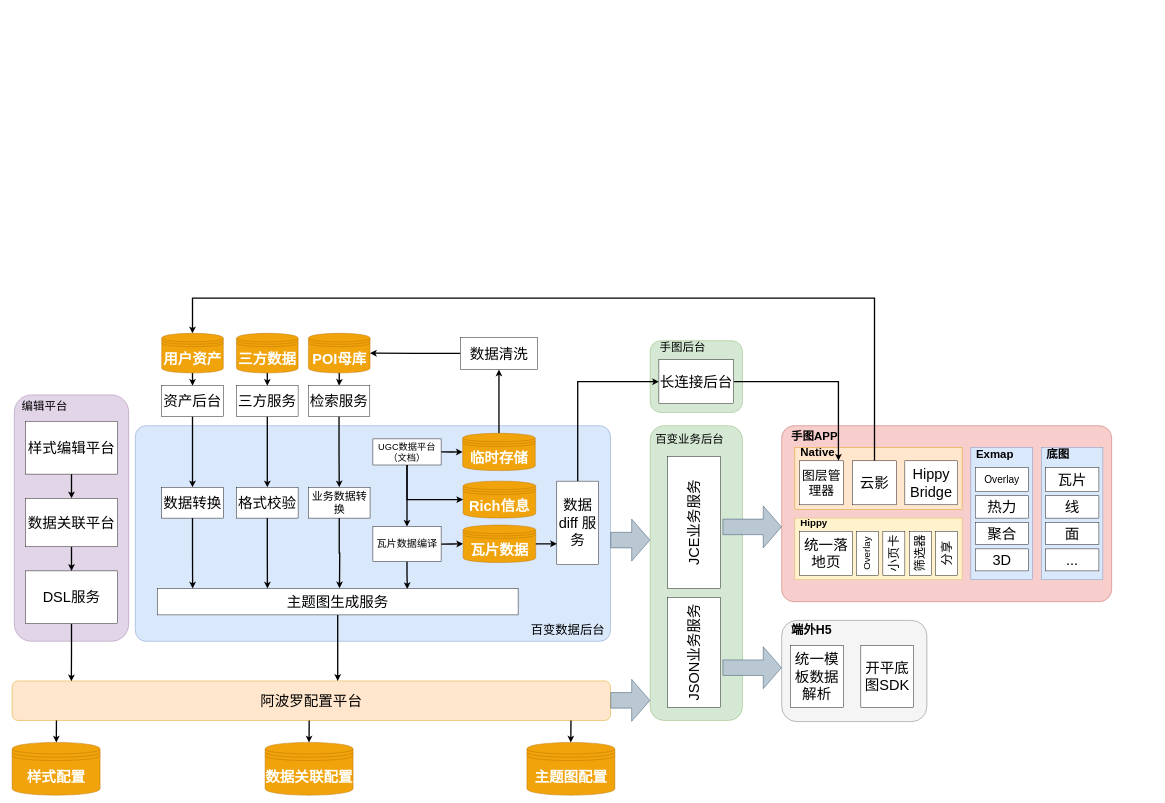
This is page "第 5 页" (5 of 5) of extrodianry-map.drawio from wangziji/graphics, a draw.io file, before an edit. Source tidied: cells renumbered, new cells numbered last; positions are measured from the earlier drawing's top-left corner, leaving out a move shared by most shapes. Both pictures are drawn from the tidied source at 44%, with x=0, y=0 at pixel (12, 298).
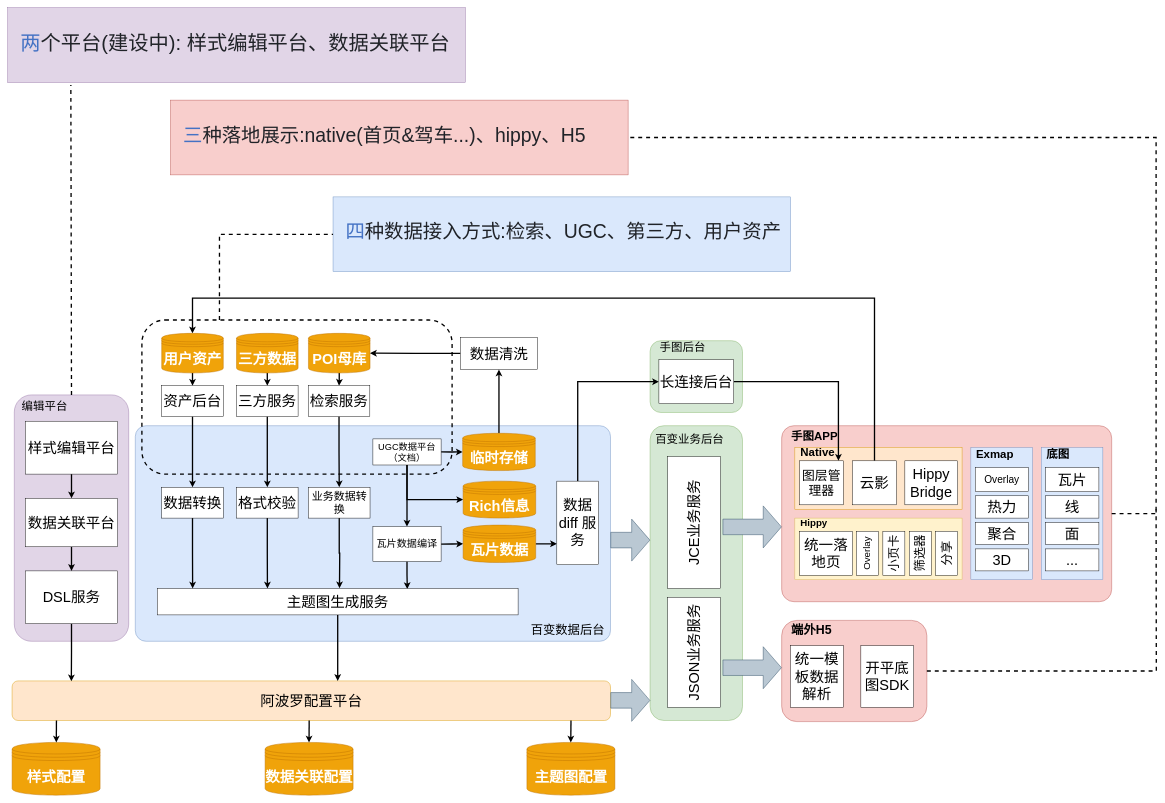
After the change.

Unchanged cells that the change refers to:
```xml
<mxCell id="36" style="rounded=1;whiteSpace=wrap;html=1;fontFamily=腾讯体 W7;fontSize=33;arcSize=7;fillStyle=solid;fillColor=#f8cecc;strokeColor=#b85450;" parent="1" vertex="1">
  <mxGeometry x="1749" y="290" width="750" height="400" as="geometry" />
</mxCell>
<mxCell id="41" style="rounded=1;whiteSpace=wrap;html=1;fillColor=#e1d5e7;strokeColor=#9673a6;fontFamily=腾讯体 W7;fontSize=33;" parent="1" vertex="1">
  <mxGeometry x="5" y="220" width="260" height="560" as="geometry" />
</mxCell>
```

The edit, as a diff of the source:
```diff
@@
-    <mxCell id="79" style="rounded=1;whiteSpace=wrap;html=1;glass=0;sketch=0;fillStyle=solid;fontSize=33;fillColor=#f5f5f5;strokeColor=#666666;fontColor=#333333;fontFamily=腾讯体 W7;" parent="1" vertex="1">
+    <mxCell id="79" style="rounded=1;whiteSpace=wrap;html=1;glass=0;sketch=0;fillStyle=solid;fontSize=33;fillColor=#f8cecc;strokeColor=#b85450;fontFamily=腾讯体 W7;" parent="1" vertex="1">
       <mxGeometry x="1749" y="732.5" width="330" height="230" as="geometry" />
     </mxCell>
@@
+    <mxCell id="98" style="endArrow=none;dashed=1;html=1;rounded=0;fontFamily=腾讯体;fontSize=43;entryX=0.138;entryY=1.035;entryDx=0;entryDy=0;entryPerimeter=0;exitX=0.5;exitY=0;exitDx=0;exitDy=0;strokeWidth=3;" parent="1" edge="1" source="41" target="102">
+      <mxGeometry relative="1" as="geometry" />
+    </mxCell>
+    <mxCell id="99" style="endArrow=none;dashed=1;html=1;rounded=0;fontFamily=腾讯体;fontSize=43;entryX=1;entryY=0.5;entryDx=0;entryDy=0;exitX=1;exitY=0.5;exitDx=0;exitDy=0;strokeWidth=3;edgeStyle=orthogonalEdgeStyle;" parent="1" edge="1" source="36" target="105">
+      <mxGeometry relative="1" as="geometry">
+        <Array as="points">
+          <mxPoint x="2600" y="490" />
+          <mxPoint x="2600" y="-365" />
+        </Array>
+      </mxGeometry>
+    </mxCell>
+    <mxCell id="100" style="endArrow=none;dashed=1;html=1;rounded=0;fontFamily=腾讯体;fontSize=43;entryX=0.138;entryY=1.035;entryDx=0;entryDy=0;entryPerimeter=0;exitX=1;exitY=0.5;exitDx=0;exitDy=0;strokeWidth=3;edgeStyle=orthogonalEdgeStyle;" parent="1" edge="1" source="79">
+      <mxGeometry relative="1" as="geometry">
+        <mxPoint x="2600" y="479.8" as="targetPoint" />
+      </mxGeometry>
+    </mxCell>
+    <mxCell id="101" style="group;" parent="1" vertex="1">
+      <mxGeometry x="-10" y="-660" width="1040" height="170" as="geometry" />
+    </mxCell>
+    <mxCell id="102" style="rounded=0;whiteSpace=wrap;html=1;fontFamily=腾讯体;fontSize=43;fillColor=#e1d5e7;strokeColor=#9673a6;" parent="101" vertex="1">
+      <mxGeometry width="1040" height="170" as="geometry" />
+    </mxCell>
+    <mxCell id="103" value="&lt;font style=&quot;font-size: 46px;&quot;&gt;&lt;span style=&quot;background-color: initial; font-family: TencentSansW7; color: rgb(68, 114, 196);&quot;&gt;两&lt;/span&gt;&lt;span style=&quot;background-color: initial; font-family: TencentSansW3; color: rgb(32, 35, 40);&quot;&gt;个&lt;/span&gt;&lt;span style=&quot;background-color: initial; font-family: TencentSansW3; color: rgb(32, 35, 40);&quot;&gt;平台(&lt;/span&gt;&lt;span style=&quot;background-color: initial; font-family: TencentSansW3; color: rgb(32, 35, 40);&quot;&gt;建&lt;/span&gt;&lt;span style=&quot;background-color: initial; font-family: TencentSansW3; color: rgb(32, 35, 40);&quot;&gt;设中)&lt;/span&gt;&lt;span style=&quot;background-color: initial; font-family: TencentSansW3; color: rgb(32, 35, 40);&quot;&gt;: 样&lt;/span&gt;&lt;span style=&quot;background-color: initial; font-family: TencentSansW3; color: rgb(32, 35, 40);&quot;&gt;式&lt;/span&gt;&lt;span style=&quot;background-color: initial; font-family: TencentSansW3; color: rgb(32, 35, 40);&quot;&gt;编&lt;/span&gt;&lt;span style=&quot;background-color: initial; font-family: TencentSansW3; color: rgb(32, 35, 40);&quot;&gt;辑平台、数据&lt;/span&gt;&lt;span style=&quot;background-color: initial; font-family: TencentSansW3; color: rgb(32, 35, 40);&quot;&gt;关联&lt;/span&gt;&lt;span style=&quot;background-color: initial; font-family: TencentSansW3; color: rgb(32, 35, 40);&quot;&gt;平台&lt;/span&gt;&lt;/font&gt;&lt;span style=&quot;background-color: initial; font-size: 12pt; font-family: TencentSansW3; color: rgb(32, 35, 40);&quot;&gt;&amp;nbsp;&lt;br&gt;&lt;/span&gt;" style="text;html=1;strokeColor=none;fillColor=none;align=left;verticalAlign=middle;whiteSpace=wrap;rounded=0;fontFamily=腾讯体;fontSize=44;" parent="101" vertex="1">
+      <mxGeometry x="27" y="20" width="986" height="120" as="geometry" />
+    </mxCell>
+    <mxCell id="104" style="group;" parent="1" vertex="1">
+      <mxGeometry x="360" y="-450" width="1040" height="170" as="geometry" />
+    </mxCell>
+    <mxCell id="105" style="rounded=0;whiteSpace=wrap;html=1;fontFamily=腾讯体;fontSize=43;fillColor=#f8cecc;strokeColor=#b85450;" parent="104" vertex="1">
+      <mxGeometry width="1040" height="170" as="geometry" />
+    </mxCell>
+    <mxCell id="106" value="&lt;span style=&quot;background-color: initial; font-size: 44px; font-family: TencentSansW7; color: rgb(68, 114, 196);&quot;&gt;三&lt;/span&gt;&lt;span style=&quot;background-color: initial; font-size: 44px; font-family: TencentSansW3; color: rgb(32, 35, 40);&quot;&gt;种落&lt;/span&gt;&lt;span style=&quot;background-color: initial; font-size: 44px; font-family: TencentSansW3; color: rgb(32, 35, 40);&quot;&gt;地&lt;/span&gt;&lt;span style=&quot;background-color: initial; font-size: 44px; font-family: TencentSansW3; color: rgb(32, 35, 40);&quot;&gt;展示:n&lt;/span&gt;&lt;span style=&quot;background-color: initial; font-size: 44px; font-family: TencentSansW3; color: rgb(32, 35, 40);&quot;&gt;a&lt;/span&gt;&lt;span style=&quot;background-color: initial; font-size: 44px; font-family: TencentSansW3; color: rgb(32, 35, 40);&quot;&gt;t&lt;/span&gt;&lt;span style=&quot;background-color: initial; font-size: 44px; font-family: TencentSansW3; color: rgb(32, 35, 40);&quot;&gt;i&lt;/span&gt;&lt;span style=&quot;background-color: initial; font-size: 44px; font-family: TencentSansW3; color: rgb(32, 35, 40);&quot;&gt;v&lt;/span&gt;&lt;span style=&quot;background-color: initial; font-size: 44px; font-family: TencentSansW3; color: rgb(32, 35, 40);&quot;&gt;e(&lt;/span&gt;&lt;span style=&quot;background-color: initial; font-size: 44px; font-family: TencentSansW3; color: rgb(32, 35, 40);&quot;&gt;首&lt;/span&gt;&lt;span style=&quot;background-color: initial; font-size: 44px; font-family: TencentSansW3; color: rgb(32, 35, 40);&quot;&gt;页&lt;/span&gt;&lt;span style=&quot;background-color: initial; font-size: 44px; font-family: TencentSansW3; color: rgb(32, 35, 40);&quot;&gt;&amp;amp;驾车...&lt;/span&gt;&lt;span style=&quot;background-color: initial; font-size: 44px; font-family: TencentSansW3; color: rgb(32, 35, 40);&quot;&gt;)、&lt;/span&gt;&lt;span style=&quot;background-color: initial; font-size: 44px; font-family: TencentSansW3; color: rgb(32, 35, 40);&quot;&gt;h&lt;/span&gt;&lt;span style=&quot;background-color: initial; font-size: 44px; font-family: TencentSansW3; color: rgb(32, 35, 40);&quot;&gt;ippy、H5&amp;nbsp;&lt;/span&gt;" style="text;html=1;strokeColor=none;fillColor=none;align=left;verticalAlign=middle;whiteSpace=wrap;rounded=0;fontFamily=腾讯体;fontSize=44;" parent="104" vertex="1">
+      <mxGeometry x="27" y="20" width="986" height="120" as="geometry" />
+    </mxCell>
+    <mxCell id="107" style="group;" parent="1" vertex="1">
+      <mxGeometry x="729.4" y="-230" width="1040.6" height="170" as="geometry" />
+    </mxCell>
+    <mxCell id="108" style="rounded=0;whiteSpace=wrap;html=1;fontFamily=腾讯体;fontSize=43;fillColor=#dae8fc;strokeColor=#6c8ebf;" parent="107" vertex="1">
+      <mxGeometry width="1040" height="170" as="geometry" />
+    </mxCell>
+    <mxCell id="109" value="&lt;font style=&quot;font-size: 44px;&quot;&gt;&lt;span style=&quot;background-color: initial; font-family: TencentSansW7; color: rgb(68, 114, 196);&quot;&gt;四&lt;/span&gt;&lt;span style=&quot;background-color: initial; font-family: TencentSansW3; color: rgb(32, 35, 40);&quot;&gt;种&lt;/span&gt;&lt;span style=&quot;background-color: initial; font-family: TencentSansW3; color: rgb(32, 35, 40);&quot;&gt;数据&lt;/span&gt;&lt;span style=&quot;background-color: initial; font-family: TencentSansW3; color: rgb(32, 35, 40);&quot;&gt;接&lt;/span&gt;&lt;span style=&quot;background-color: initial; font-family: TencentSansW3; color: rgb(32, 35, 40);&quot;&gt;入&lt;/span&gt;&lt;span style=&quot;background-color: initial; font-family: TencentSansW3; color: rgb(32, 35, 40);&quot;&gt;方&lt;/span&gt;&lt;span style=&quot;background-color: initial; font-family: TencentSansW3; color: rgb(32, 35, 40);&quot;&gt;式&lt;/span&gt;&lt;span style=&quot;background-color: initial; font-family: TencentSansW3; color: rgb(32, 35, 40);&quot;&gt;:&lt;/span&gt;&lt;span style=&quot;background-color: initial; font-family: TencentSansW3; color: rgb(32, 35, 40);&quot;&gt;检索、U&lt;/span&gt;&lt;span style=&quot;background-color: initial; font-family: TencentSansW3; color: rgb(32, 35, 40);&quot;&gt;G&lt;/span&gt;&lt;span style=&quot;background-color: initial; font-family: TencentSansW3; color: rgb(32, 35, 40);&quot;&gt;C、&lt;/span&gt;&lt;span style=&quot;background-color: initial; font-family: TencentSansW3; color: rgb(32, 35, 40);&quot;&gt;第三方&lt;/span&gt;&lt;span style=&quot;background-color: initial; font-family: TencentSansW3; color: rgb(32, 35, 40);&quot;&gt;、用&lt;/span&gt;&lt;span style=&quot;background-color: initial; font-family: TencentSansW3; color: rgb(32, 35, 40);&quot;&gt;户资产&amp;nbsp;&lt;/span&gt;&lt;/font&gt;" style="text;html=1;strokeColor=none;fillColor=none;align=left;verticalAlign=middle;whiteSpace=wrap;rounded=0;fontFamily=腾讯体;fontSize=44;" parent="107" vertex="1">
+      <mxGeometry x="27" y="20" width="1013.6" height="120" as="geometry" />
+    </mxCell>
+    <mxCell id="110" style="endArrow=none;dashed=1;html=1;rounded=0;fontFamily=腾讯体;fontSize=43;entryX=0;entryY=0.5;entryDx=0;entryDy=0;strokeWidth=3;edgeStyle=orthogonalEdgeStyle;exitX=0.25;exitY=0;exitDx=0;exitDy=0;" parent="1" edge="1" source="111" target="108">
+      <mxGeometry relative="1" as="geometry" />
+    </mxCell>
+    <mxCell id="111" style="rounded=1;whiteSpace=wrap;html=1;fontFamily=腾讯体;fontSize=44;fillColor=none;dashed=1;strokeWidth=3;" parent="1" vertex="1">
+      <mxGeometry x="295" y="49.8" width="705" height="350.2" as="geometry" />
+    </mxCell>
```
